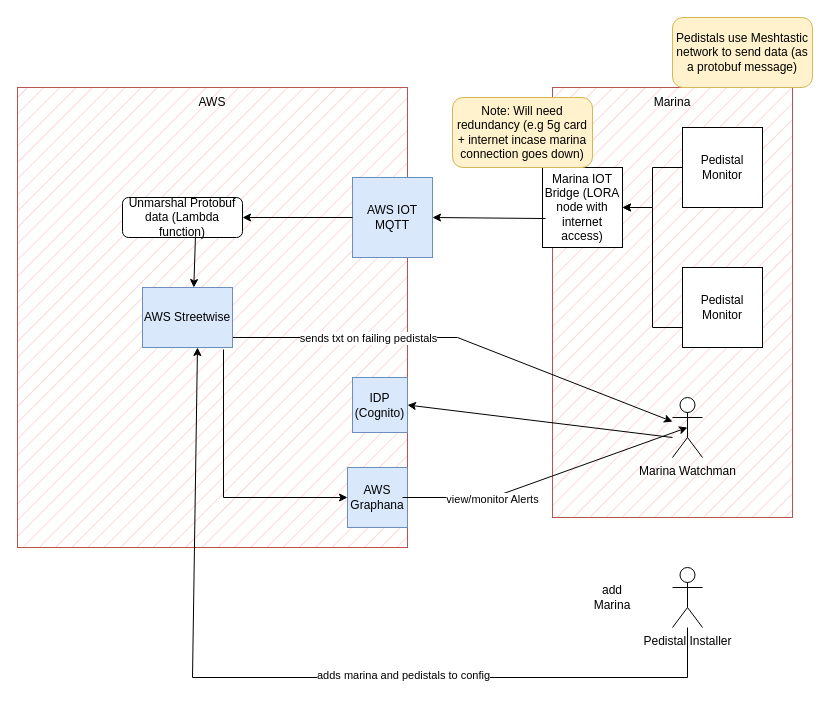
Above: mvp-architecture/Marina-monitoring-mvp.drawio in marina-monitor-project/architecture-notes (draw.io), before the change. Source tidied: cells renumbered, new cells numbered last; positions are measured from the earlier drawing's top-left corner, leaving out a move shared by most shapes. Both pictures are drawn from the tidied source at 100%, with x=0, y=0 at pixel (17, 17).
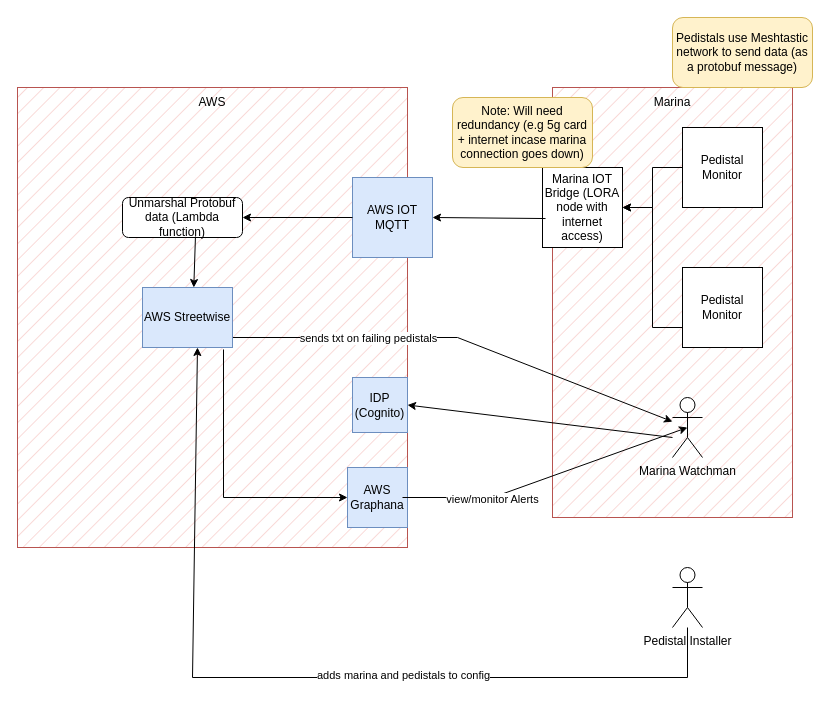
The same diagram, later.

Commit message (it also covers changes not shown here):
FIX: updated floating text in diagram

What changed in the source:
```diff
@@
-    <mxCell id="24" value="add Marina" style="text;html=1;whiteSpace=wrap;strokeColor=none;fillColor=none;align=center;verticalAlign=middle;rounded=0;" parent="1" vertex="1">
-      <mxGeometry x="565" y="565" width="60" height="30" as="geometry" />
-    </mxCell>
```
